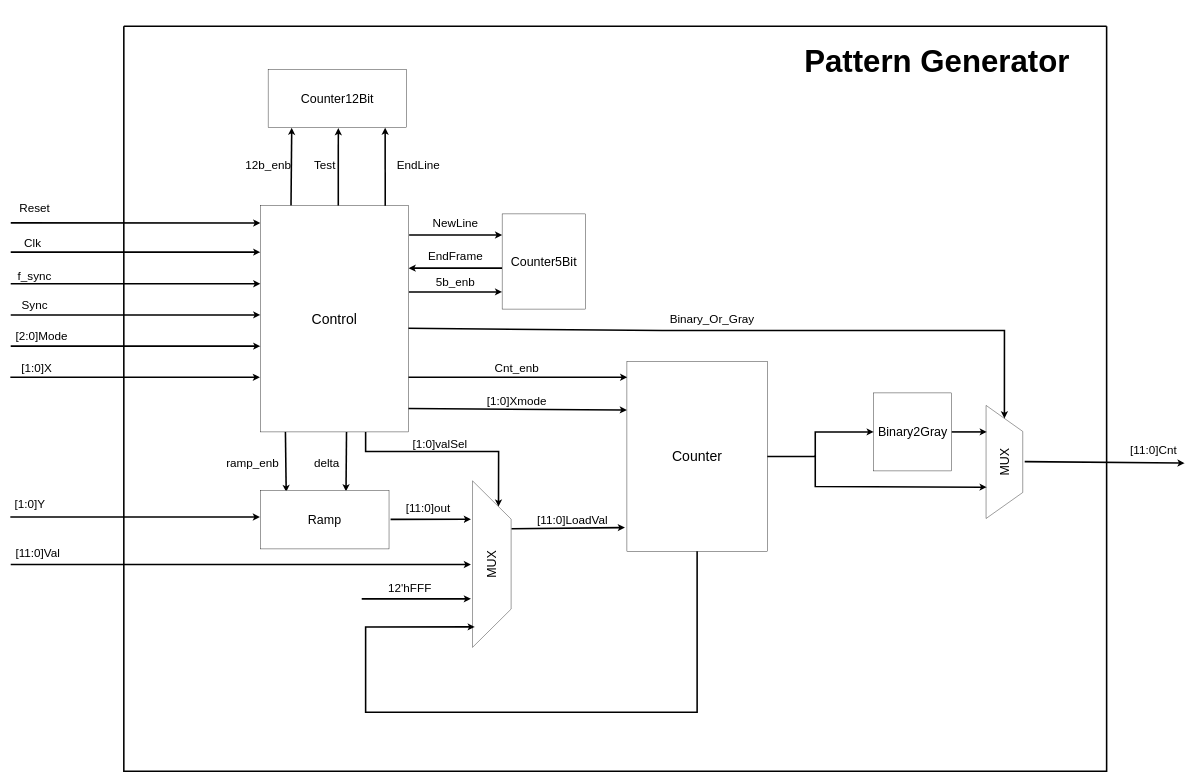
sabarioded/Patterns_Project keeps this draw.io diagram as Diagrams/Block_diagram.drawio. Above is the earlier version. Source tidied: cells renumbered, new cells numbered last; positions are measured from the earlier drawing's top-left corner, leaving out a move shared by most shapes. Both pictures are drawn from the tidied source at 39%, with x=0, y=0 at pixel (10, 7).
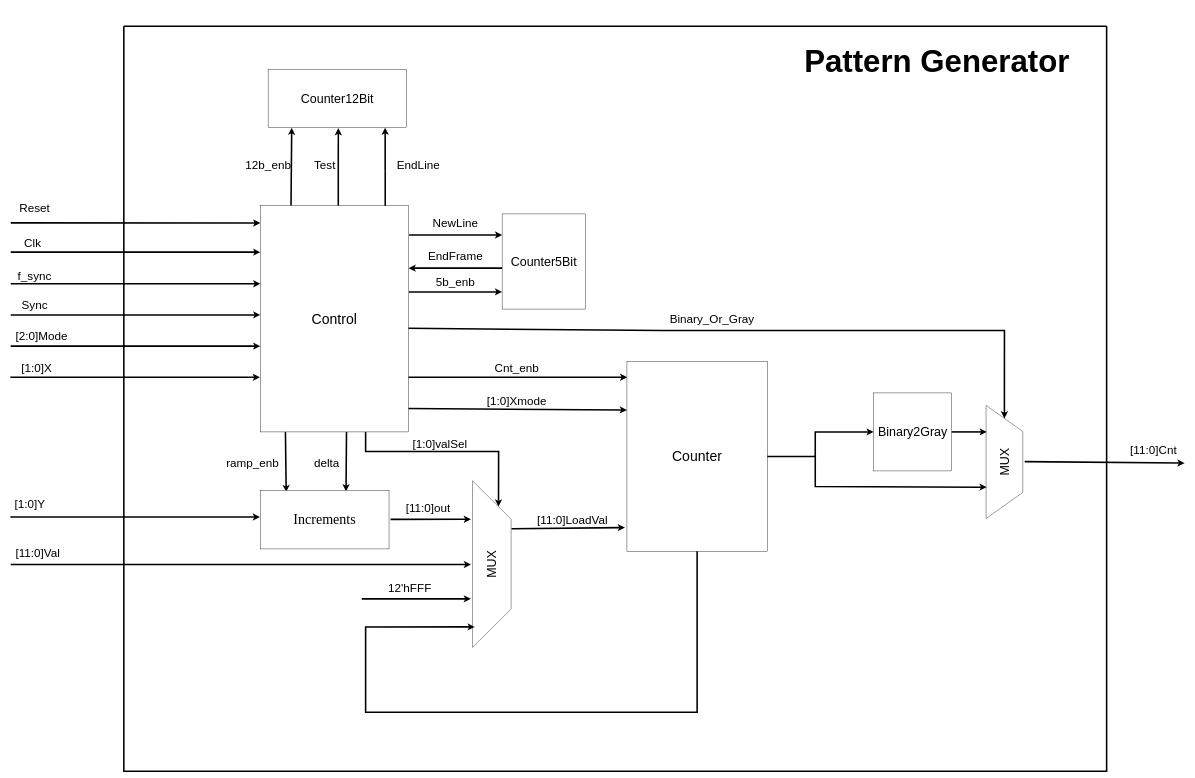
The same page after the edit.

Change to the diagram source:
```diff
@@
-    <mxCell id="17" value="&lt;font style=&quot;font-size: 32px;&quot;&gt;Ramp&lt;/font&gt;" style="rounded=0;whiteSpace=wrap;html=1;" parent="1" vertex="1">
+    <mxCell id="17" value="&lt;span style=&quot;font-family: &amp;quot;Times New Roman&amp;quot;, serif; font-size: 36px; text-align: start;&quot;&gt;Increments&lt;/span&gt;" style="rounded=0;whiteSpace=wrap;html=1;" parent="1" vertex="1">
       <mxGeometry x="641" y="1240" width="330" height="150" as="geometry" />
     </mxCell>
```
